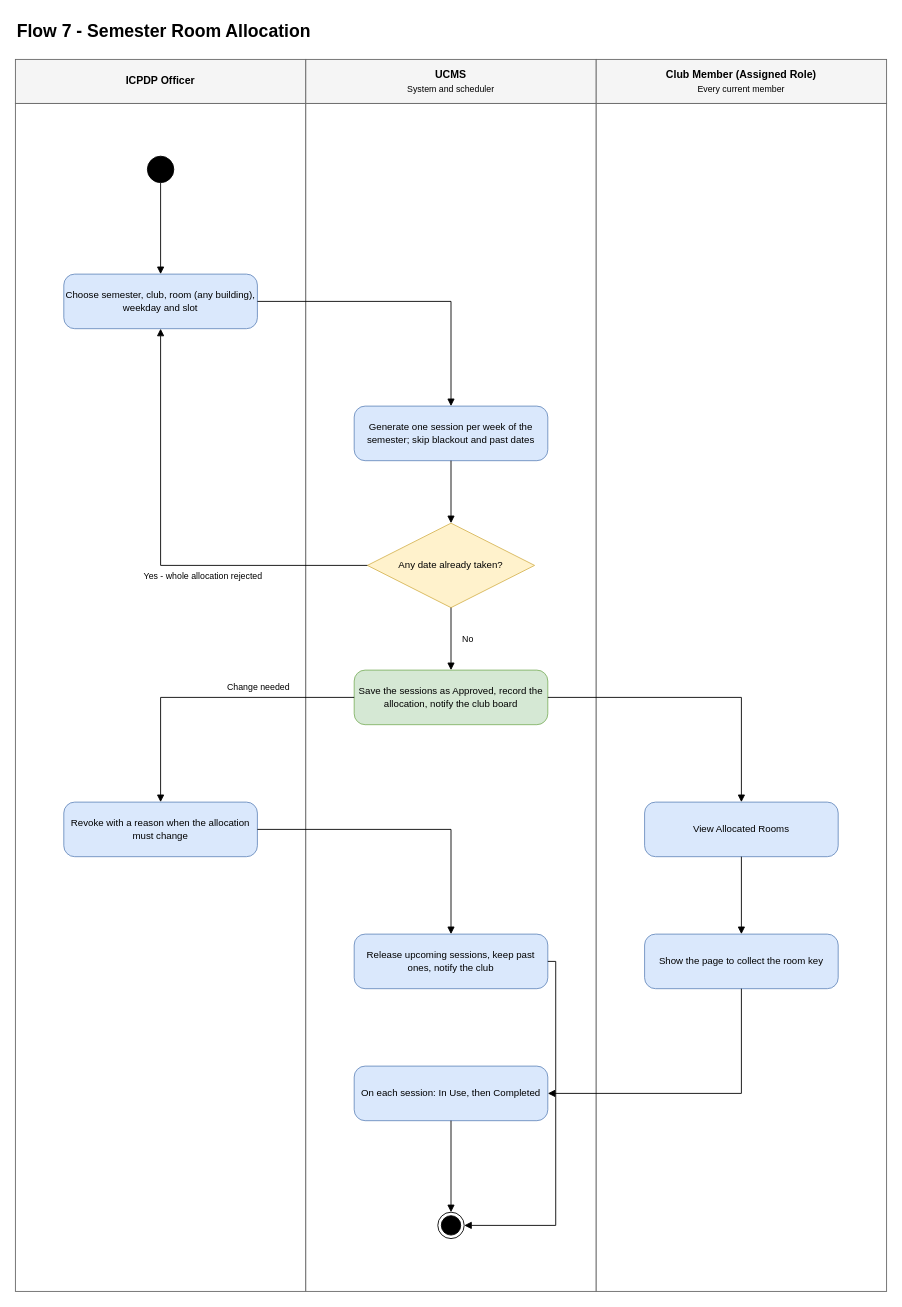
The draw.io diagram page "07 Room Allocation" (7 of 14) of docs/03-diagrams/UCMS_Swimlane_Flows.drawio in nvdekay/ClubManagementSystem, before the edit. Source tidied: cells renumbered, new cells numbered last; positions are measured from the earlier drawing's top-left corner, leaving out a move shared by most shapes. Both pictures are drawn from the tidied source at 88%, with x=0, y=0 at pixel (15, 15).
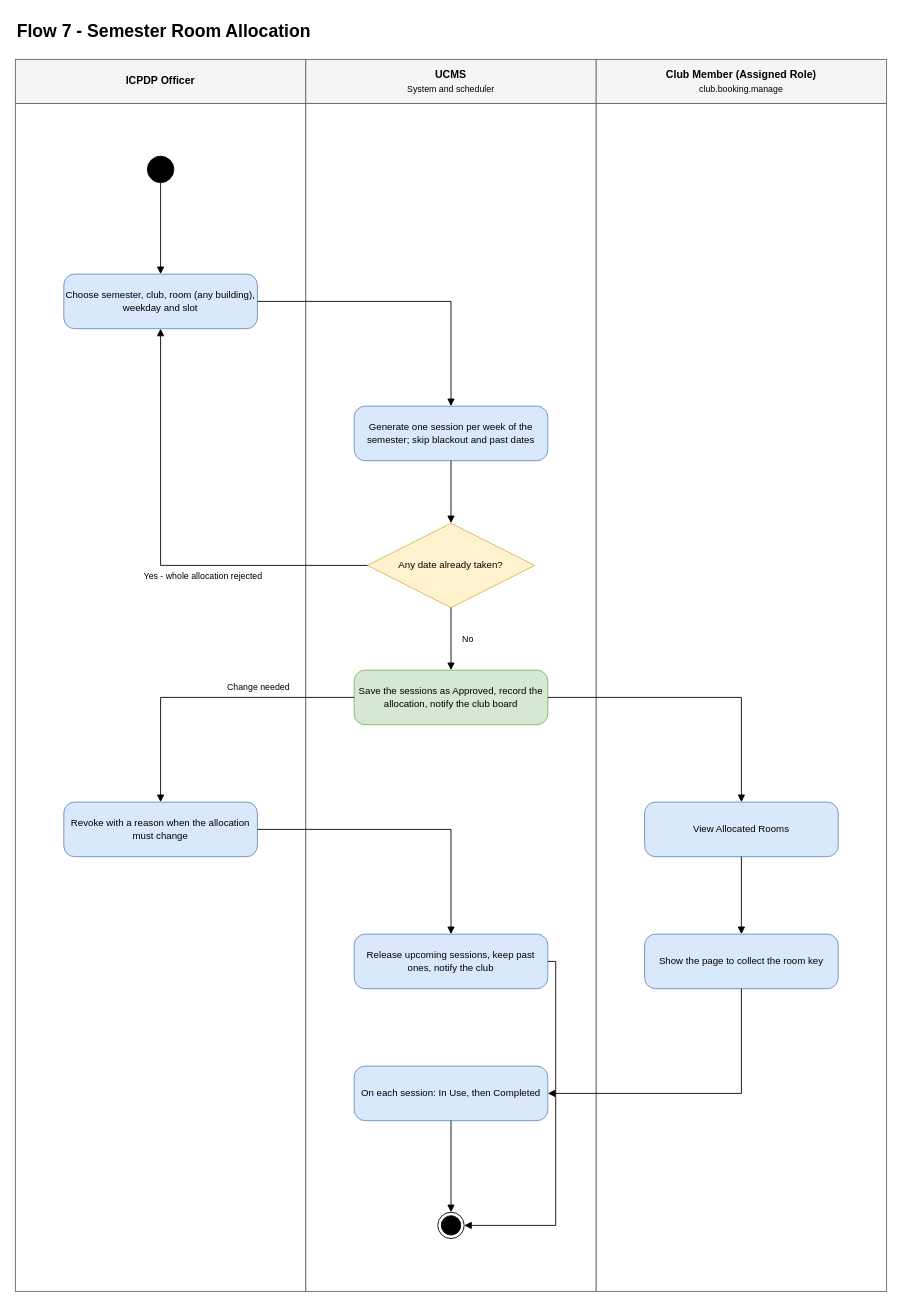
Above is the later version.

Diff of the diagram source:
```diff
@@
-    <mxCell id="8" value="&lt;b&gt;Club Member (Assigned Role)&lt;/b&gt;&lt;br&gt;&lt;span style=&quot;font-size:10px;font-weight:normal;&quot;&gt;Every current member&lt;/span&gt;" style="rounded=0;whiteSpace=wrap;html=1;fillColor=#f5f5f5;strokeColor=#666666;fontSize=12;" parent="1" vertex="1">
+    <mxCell id="8" value="&lt;b&gt;Club Member (Assigned Role)&lt;/b&gt;&lt;br&gt;&lt;span style=&quot;font-size:10px;font-weight:normal;&quot;&gt;club.booking.manage&lt;/span&gt;" style="rounded=0;whiteSpace=wrap;html=1;fillColor=#f5f5f5;strokeColor=#666666;fontSize=12;" parent="1" vertex="1">
       <mxGeometry x="660" y="50" width="330" height="50" as="geometry" />
     </mxCell>
```
